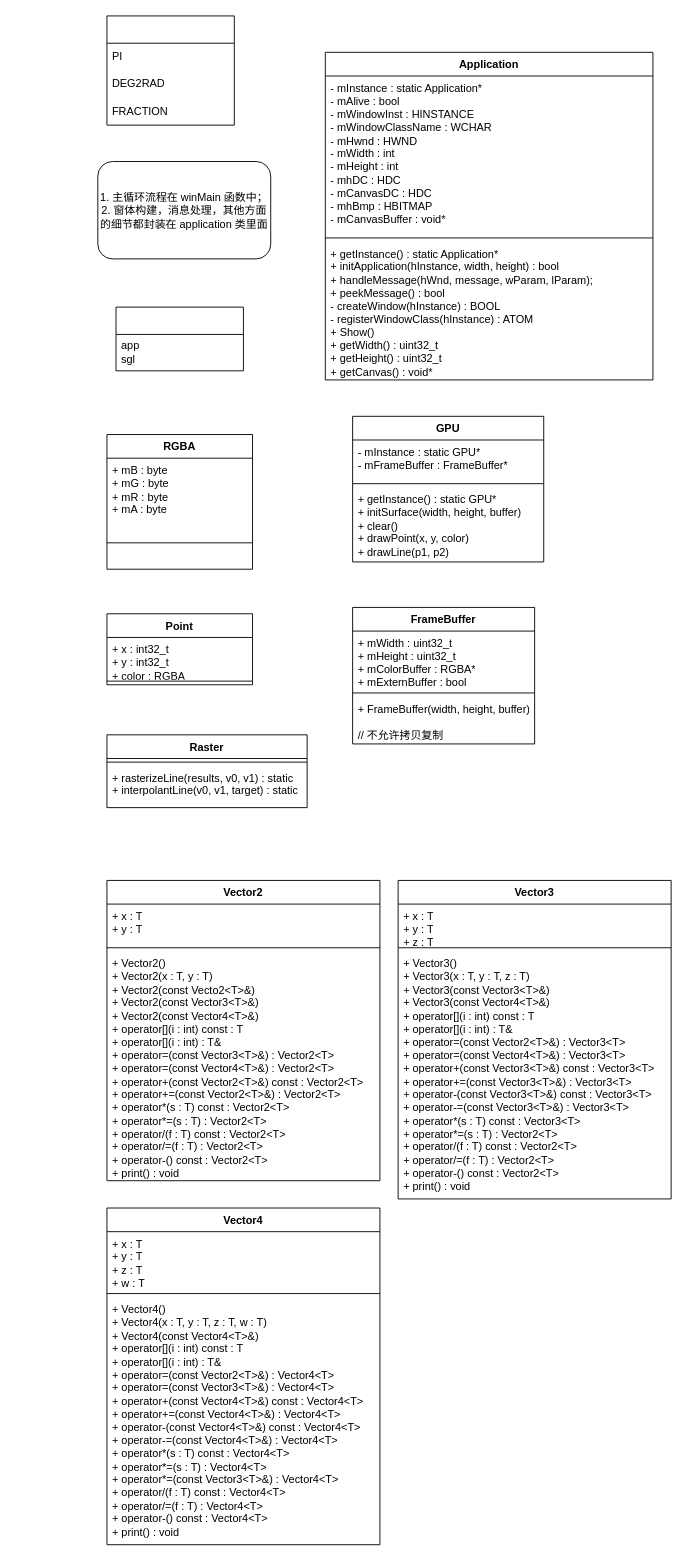
The draw.io diagram application.drawio in MinXingCoder/SoftRenderer, before the edit. Source tidied: cells renumbered, new cells numbered last; positions are measured from the earlier drawing's top-left corner, leaving out a move shared by most shapes. Both pictures are drawn from the tidied source at 91%, with x=0, y=0 at pixel (97, 15).
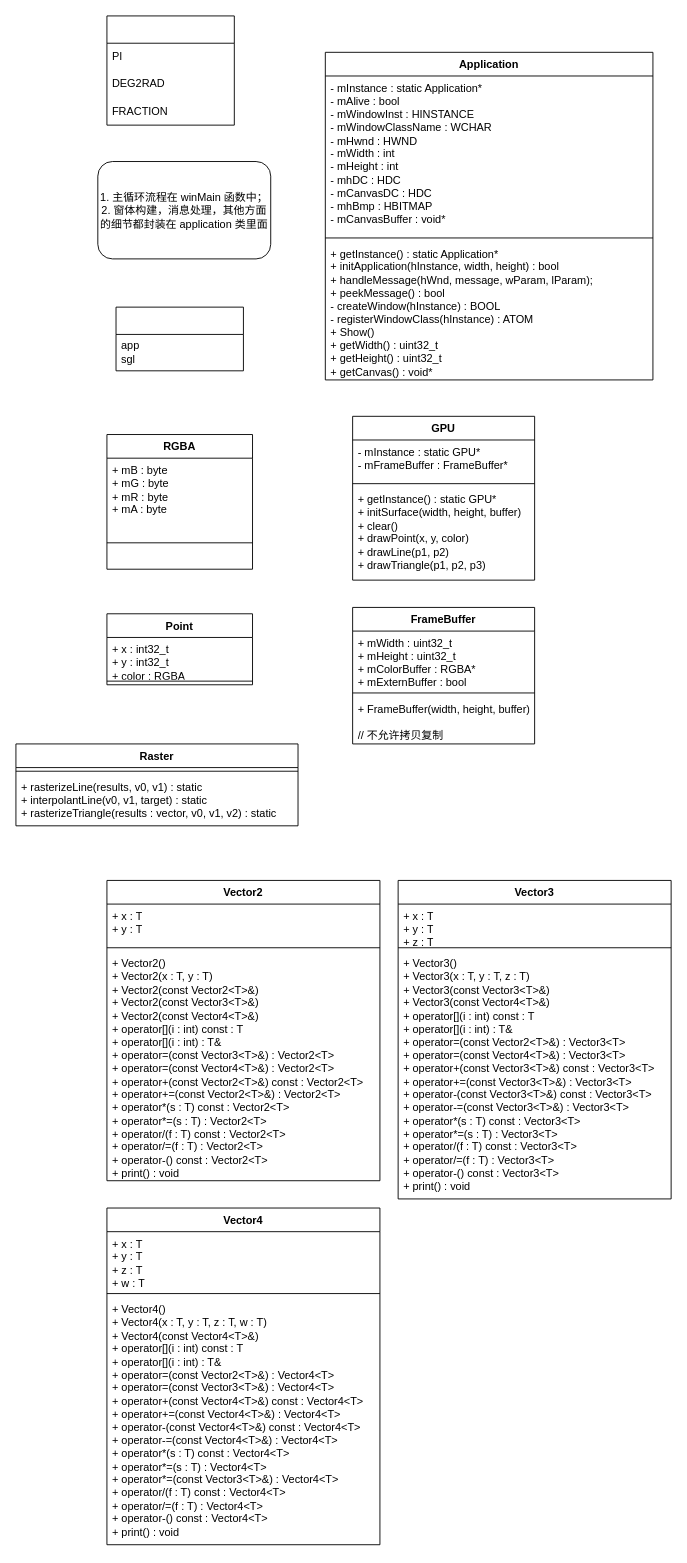
Above is the later version.

Unchanged cells that the change refers to:
```xml
<mxCell id="30" value="Vector2" style="swimlane;fontStyle=1;align=center;verticalAlign=top;horizontal=1;startSize=26;whiteSpace=wrap;html=1;" parent="1" vertex="1">
  <mxGeometry x="10" y="950" width="300" height="330" as="geometry" />
</mxCell>
<mxCell id="34" value="Vector3" style="swimlane;fontStyle=1;align=center;verticalAlign=top;horizontal=1;startSize=26;whiteSpace=wrap;html=1;" parent="1" vertex="1">
  <mxGeometry x="330" y="950" width="300" height="350" as="geometry" />
</mxCell>
```

What changed in the source:
```diff
@@
     <mxCell id="16" value="GPU" style="swimlane;fontStyle=1;align=center;verticalAlign=top;horizontal=1;startSize=26;whiteSpace=wrap;html=1;" parent="1" vertex="1">
-      <mxGeometry x="280" y="440" width="210" height="160" as="geometry" />
+      <mxGeometry x="280" y="440" width="200" height="180" as="geometry" />
     </mxCell>
     <mxCell id="17" value="- mInstance : static GPU*&lt;div&gt;- mFrameBuffer : FrameBuffer*&lt;/div&gt;" style="text;strokeColor=none;fillColor=none;align=left;verticalAlign=top;spacingLeft=4;spacingRight=4;overflow=hidden;whiteSpace=wrap;html=1;" parent="16" vertex="1">
-      <mxGeometry y="26" width="210" height="44" as="geometry" />
+      <mxGeometry y="26" width="200" height="44" as="geometry" />
     </mxCell>
     <mxCell id="18" style="line;strokeWidth=1;fillColor=none;align=left;verticalAlign=middle;spacingTop=-1;spacingLeft=3;spacingRight=3;labelPosition=right;strokeColor=inherit;" parent="16" vertex="1">
-      <mxGeometry y="70" width="210" height="8" as="geometry" />
+      <mxGeometry y="70" width="200" height="8" as="geometry" />
     </mxCell>
-    <mxCell id="19" value="+ getInstance() : static GPU*&lt;div&gt;+ initSurface(width, height, buffer)&lt;/div&gt;&lt;div&gt;+ clear()&lt;/div&gt;&lt;div&gt;+ drawPoint(x, y, color)&lt;/div&gt;&lt;div&gt;+ drawLine(p1, p2)&lt;/div&gt;" style="text;strokeColor=none;fillColor=none;align=left;verticalAlign=top;spacingLeft=4;spacingRight=4;overflow=hidden;whiteSpace=wrap;html=1;" parent="16" vertex="1">
-      <mxGeometry y="78" width="210" height="82" as="geometry" />
+    <mxCell id="19" value="+ getInstance() : static GPU*&lt;div&gt;+ initSurface(width, height, buffer)&lt;/div&gt;&lt;div&gt;+ clear()&lt;/div&gt;&lt;div&gt;+ drawPoint(x, y, color)&lt;/div&gt;&lt;div&gt;+ drawLine(p1, p2)&lt;/div&gt;&lt;div&gt;+ drawTriangle(p1, p2, p3)&lt;/div&gt;" style="text;strokeColor=none;fillColor=none;align=left;verticalAlign=top;spacingLeft=4;spacingRight=4;overflow=hidden;whiteSpace=wrap;html=1;" parent="16" vertex="1">
+      <mxGeometry y="78" width="200" height="102" as="geometry" />
     </mxCell>
@@
     <mxCell id="24" value="Raster" style="swimlane;fontStyle=1;align=center;verticalAlign=top;horizontal=1;startSize=26;whiteSpace=wrap;html=1;" parent="1" vertex="1">
-      <mxGeometry x="10" y="790" width="220" height="80" as="geometry" />
+      <mxGeometry x="-90" y="800" width="310" height="90" as="geometry" />
     </mxCell>
     <mxCell id="25" style="line;strokeWidth=1;fillColor=none;align=left;verticalAlign=middle;spacingTop=-1;spacingLeft=3;spacingRight=3;labelPosition=right;strokeColor=inherit;" parent="24" vertex="1">
-      <mxGeometry y="26" width="220" height="8" as="geometry" />
+      <mxGeometry y="26" width="310" height="8" as="geometry" />
     </mxCell>
-    <mxCell id="26" value="+ rasterizeLine(results, v0, v1) : static&lt;div&gt;+ interpolantLine(v0, v1, target) : static&lt;/div&gt;" style="text;strokeColor=none;fillColor=none;align=left;verticalAlign=top;spacingLeft=4;spacingRight=4;overflow=hidden;whiteSpace=wrap;html=1;" parent="24" vertex="1">
-      <mxGeometry y="34" width="220" height="46" as="geometry" />
+    <mxCell id="26" value="+ rasterizeLine(results, v0, v1) : static&lt;div&gt;+ interpolantLine(v0, v1, target) : static&lt;/div&gt;&lt;div&gt;+ rasterizeTriangle(results : vector, v0, v1, v2&lt;span style=&quot;background-color: transparent; color: light-dark(rgb(0, 0, 0), rgb(255, 255, 255));&quot;&gt;) : static&lt;/span&gt;&lt;/div&gt;&lt;div&gt;&lt;span style=&quot;background-color: transparent; color: light-dark(rgb(0, 0, 0), rgb(255, 255, 255));&quot;&gt;&lt;br&gt;&lt;/span&gt;&lt;/div&gt;" style="text;strokeColor=none;fillColor=none;align=left;verticalAlign=top;spacingLeft=4;spacingRight=4;overflow=hidden;whiteSpace=wrap;html=1;" parent="24" vertex="1">
+      <mxGeometry y="34" width="310" height="56" as="geometry" />
     </mxCell>
@@
-    <mxCell id="33" value="+ Vector2()&lt;div&gt;+ Vector2(x : T, y : T)&lt;/div&gt;&lt;div&gt;+ Vector2(const Vecto2&amp;lt;T&amp;gt;&amp;amp;)&lt;/div&gt;&lt;div&gt;+ Vector2(const Vector3&amp;lt;T&amp;gt;&amp;amp;)&lt;/div&gt;&lt;div&gt;+ Vector2(const Vector4&amp;lt;T&amp;gt;&amp;amp;)&lt;/div&gt;&lt;div&gt;+ operator[](i : int) const : T&lt;/div&gt;&lt;div&gt;+ operator[](i : int) : T&amp;amp;&lt;/div&gt;&lt;div&gt;+ operator=(const Vector3&amp;lt;T&amp;gt;&amp;amp;) : Vector2&amp;lt;T&amp;gt;&lt;/div&gt;&lt;div&gt;+ operator=(const Vector4&amp;lt;T&amp;gt;&amp;amp;) : Vector2&amp;lt;T&amp;gt;&lt;/div&gt;&lt;div&gt;+ operator+(const Vector2&amp;lt;T&amp;gt;&amp;amp;) const : Vector2&amp;lt;T&amp;gt;&lt;/div&gt;&lt;div&gt;+ operator+=(const Vector2&amp;lt;T&amp;gt;&amp;amp;) : Vector2&amp;lt;T&amp;gt;&lt;/div&gt;&lt;div&gt;+ operator*(s : T) const : Vector2&amp;lt;T&amp;gt;&lt;/div&gt;&lt;div&gt;+ operator*=(s : T) : Vector2&amp;lt;T&amp;gt;&lt;/div&gt;&lt;div&gt;+ operator/(f : T) const : Vector2&amp;lt;T&amp;gt;&lt;/div&gt;&lt;div&gt;+ operator/=(f : T) : Vector2&amp;lt;T&amp;gt;&lt;/div&gt;&lt;div&gt;+ operator-() const : Vector2&amp;lt;T&amp;gt;&lt;/div&gt;&lt;div&gt;+ print() : void&lt;/div&gt;" style="text;strokeColor=none;fillColor=none;align=left;verticalAlign=top;spacingLeft=4;spacingRight=4;overflow=hidden;whiteSpace=wrap;html=1;" parent="30" vertex="1">
+    <mxCell id="33" value="+ Vector2()&lt;div&gt;+ Vector2(x : T, y : T)&lt;/div&gt;&lt;div&gt;+ Vector2(const Vector2&amp;lt;T&amp;gt;&amp;amp;)&lt;/div&gt;&lt;div&gt;+ Vector2(const Vector3&amp;lt;T&amp;gt;&amp;amp;)&lt;/div&gt;&lt;div&gt;+ Vector2(const Vector4&amp;lt;T&amp;gt;&amp;amp;)&lt;/div&gt;&lt;div&gt;+ operator[](i : int) const : T&lt;/div&gt;&lt;div&gt;+ operator[](i : int) : T&amp;amp;&lt;/div&gt;&lt;div&gt;+ operator=(const Vector3&amp;lt;T&amp;gt;&amp;amp;) : Vector2&amp;lt;T&amp;gt;&lt;/div&gt;&lt;div&gt;+ operator=(const Vector4&amp;lt;T&amp;gt;&amp;amp;) : Vector2&amp;lt;T&amp;gt;&lt;/div&gt;&lt;div&gt;+ operator+(const Vector2&amp;lt;T&amp;gt;&amp;amp;) const : Vector2&amp;lt;T&amp;gt;&lt;/div&gt;&lt;div&gt;+ operator+=(const Vector2&amp;lt;T&amp;gt;&amp;amp;) : Vector2&amp;lt;T&amp;gt;&lt;/div&gt;&lt;div&gt;+ operator*(s : T) const : Vector2&amp;lt;T&amp;gt;&lt;/div&gt;&lt;div&gt;+ operator*=(s : T) : Vector2&amp;lt;T&amp;gt;&lt;/div&gt;&lt;div&gt;+ operator/(f : T) const : Vector2&amp;lt;T&amp;gt;&lt;/div&gt;&lt;div&gt;+ operator/=(f : T) : Vector2&amp;lt;T&amp;gt;&lt;/div&gt;&lt;div&gt;+ operator-() const : Vector2&amp;lt;T&amp;gt;&lt;/div&gt;&lt;div&gt;+ print() : void&lt;/div&gt;" style="text;strokeColor=none;fillColor=none;align=left;verticalAlign=top;spacingLeft=4;spacingRight=4;overflow=hidden;whiteSpace=wrap;html=1;" parent="30" vertex="1">
       <mxGeometry y="78" width="300" height="252" as="geometry" />
     </mxCell>
@@
-    <mxCell id="37" value="+ Vector3()&lt;div&gt;+ Vector3(x : T, y : T, z : T)&lt;/div&gt;&lt;div&gt;+ Vector3(const Vector3&amp;lt;T&amp;gt;&amp;amp;)&lt;/div&gt;&lt;div&gt;+ Vector3(const Vector4&amp;lt;T&amp;gt;&amp;amp;)&lt;/div&gt;&lt;div&gt;+ operator[](i : int) const : T&lt;/div&gt;&lt;div&gt;+ operator[](i : int) : T&amp;amp;&lt;/div&gt;&lt;div&gt;+ operator=(const Vector2&amp;lt;T&amp;gt;&amp;amp;) : Vector3&amp;lt;T&amp;gt;&lt;/div&gt;&lt;div&gt;+ operator=(const Vector4&amp;lt;T&amp;gt;&amp;amp;) : Vector3&amp;lt;T&amp;gt;&lt;/div&gt;&lt;div&gt;+ operator+(const Vector3&amp;lt;T&amp;gt;&amp;amp;) const : Vector3&amp;lt;T&amp;gt;&lt;/div&gt;&lt;div&gt;+ operator+=(const Vector3&amp;lt;T&amp;gt;&amp;amp;) : Vector3&amp;lt;T&amp;gt;&lt;/div&gt;&lt;div&gt;+ operator-(const Vector3&amp;lt;T&amp;gt;&amp;amp;) const : Vector3&amp;lt;T&amp;gt;&lt;/div&gt;&lt;div&gt;+ operator-=(const Vector3&amp;lt;T&amp;gt;&amp;amp;) : Vector3&amp;lt;T&amp;gt;&lt;/div&gt;&lt;div&gt;+ operator*(s : T) const : Vector3&amp;lt;T&amp;gt;&lt;/div&gt;&lt;div&gt;+ operator*=(s : T) : Vector2&amp;lt;T&amp;gt;&lt;/div&gt;&lt;div&gt;+ operator/(f : T) const : Vector2&amp;lt;T&amp;gt;&lt;/div&gt;&lt;div&gt;+ operator/=(f : T) : Vector2&amp;lt;T&amp;gt;&lt;/div&gt;&lt;div&gt;+ operator-() const : Vector2&amp;lt;T&amp;gt;&lt;/div&gt;&lt;div&gt;+ print() : void&lt;/div&gt;" style="text;strokeColor=none;fillColor=none;align=left;verticalAlign=top;spacingLeft=4;spacingRight=4;overflow=hidden;whiteSpace=wrap;html=1;" parent="34" vertex="1">
+    <mxCell id="37" value="+ Vector3()&lt;div&gt;+ Vector3(x : T, y : T, z : T)&lt;/div&gt;&lt;div&gt;+ Vector3(const Vector3&amp;lt;T&amp;gt;&amp;amp;)&lt;/div&gt;&lt;div&gt;+ Vector3(const Vector4&amp;lt;T&amp;gt;&amp;amp;)&lt;/div&gt;&lt;div&gt;+ operator[](i : int) const : T&lt;/div&gt;&lt;div&gt;+ operator[](i : int) : T&amp;amp;&lt;/div&gt;&lt;div&gt;+ operator=(const Vector2&amp;lt;T&amp;gt;&amp;amp;) : Vector3&amp;lt;T&amp;gt;&lt;/div&gt;&lt;div&gt;+ operator=(const Vector4&amp;lt;T&amp;gt;&amp;amp;) : Vector3&amp;lt;T&amp;gt;&lt;/div&gt;&lt;div&gt;+ operator+(const Vector3&amp;lt;T&amp;gt;&amp;amp;) const : Vector3&amp;lt;T&amp;gt;&lt;/div&gt;&lt;div&gt;+ operator+=(const Vector3&amp;lt;T&amp;gt;&amp;amp;) : Vector3&amp;lt;T&amp;gt;&lt;/div&gt;&lt;div&gt;+ operator-(const Vector3&amp;lt;T&amp;gt;&amp;amp;) const : Vector3&amp;lt;T&amp;gt;&lt;/div&gt;&lt;div&gt;+ operator-=(const Vector3&amp;lt;T&amp;gt;&amp;amp;) : Vector3&amp;lt;T&amp;gt;&lt;/div&gt;&lt;div&gt;+ operator*(s : T) const : Vector3&amp;lt;T&amp;gt;&lt;/div&gt;&lt;div&gt;+ operator*=(s : T) : Vector3&amp;lt;T&amp;gt;&lt;/div&gt;&lt;div&gt;+ operator/(f : T) const : Vector3&amp;lt;T&amp;gt;&lt;/div&gt;&lt;div&gt;+ operator/=(f : T) : Vector3&amp;lt;T&amp;gt;&lt;/div&gt;&lt;div&gt;+ operator-() const : Vector3&amp;lt;T&amp;gt;&lt;/div&gt;&lt;div&gt;+ print() : void&lt;/div&gt;" style="text;strokeColor=none;fillColor=none;align=left;verticalAlign=top;spacingLeft=4;spacingRight=4;overflow=hidden;whiteSpace=wrap;html=1;" parent="34" vertex="1">
       <mxGeometry y="78" width="300" height="272" as="geometry" />
     </mxCell>
```
